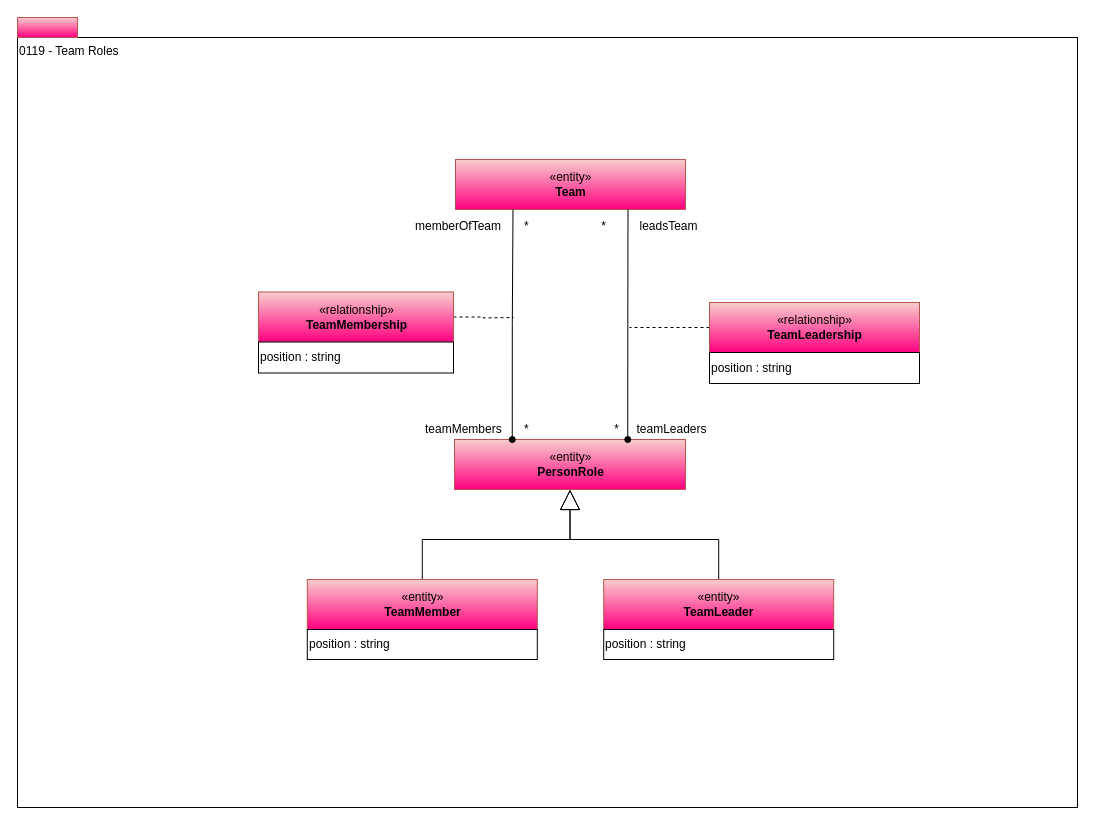
odpi/egeria-docs keeps this draw.io diagram as page "0119-Team-Roles" (8 of 16) of site/docs/types/1/area-1-collaboration.drawio. Above is the earlier version. Source tidied: cells renumbered, new cells numbered last; positions are measured from the earlier drawing's top-left corner, leaving out a move shared by most shapes. Both pictures are drawn from the tidied source at 100%, with x=0, y=0 at pixel (17, 17).
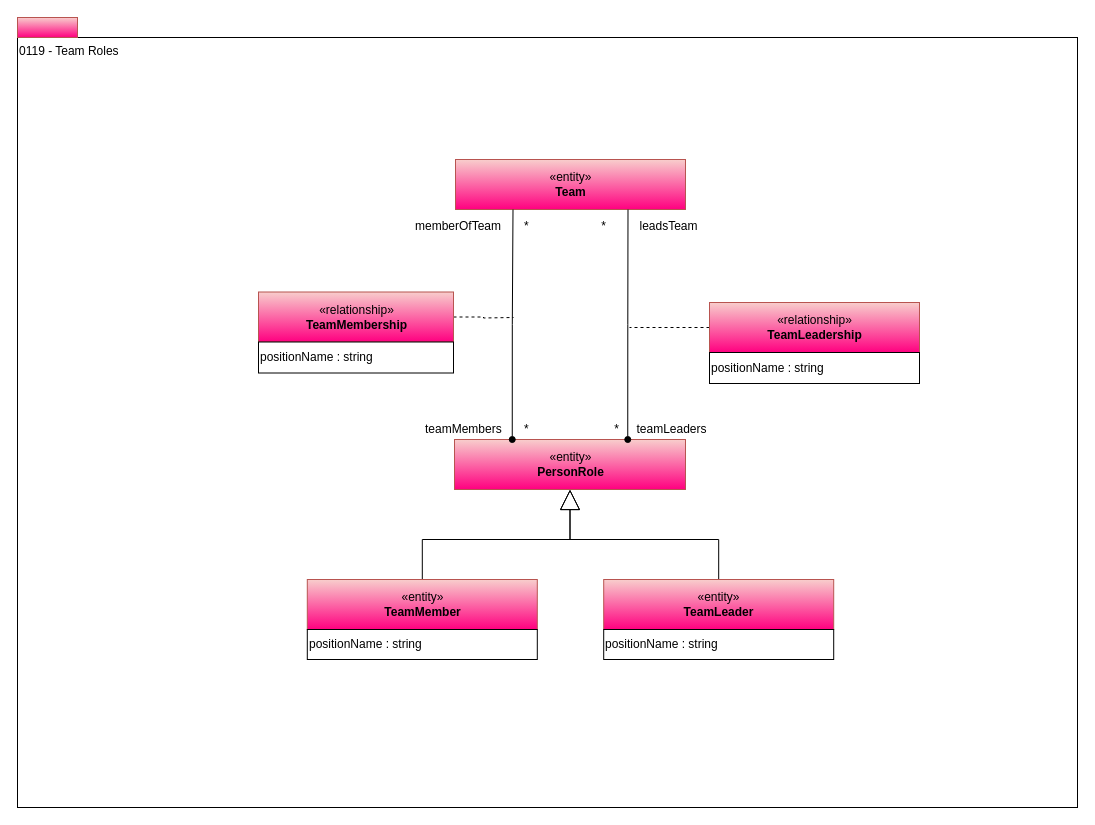
The same diagram, later.

What changed in the source:
```diff
@@
-    <mxCell id="7" value="position : string" style="rounded=0;whiteSpace=wrap;html=1;strokeColor=#000000;gradientColor=#ffffff;align=left;" parent="1" vertex="1">
+    <mxCell id="7" value="positionName : string" style="rounded=0;whiteSpace=wrap;html=1;strokeColor=#000000;gradientColor=#ffffff;align=left;" parent="1" vertex="1">
       <mxGeometry x="692" y="335" width="210" height="31" as="geometry" />
     </mxCell>
@@
-    <mxCell id="15" value="position : string" style="rounded=0;whiteSpace=wrap;html=1;strokeColor=#000000;gradientColor=#ffffff;align=left;" parent="1" vertex="1">
+    <mxCell id="15" value="positionName : string" style="rounded=0;whiteSpace=wrap;html=1;strokeColor=#000000;gradientColor=#ffffff;align=left;" parent="1" vertex="1">
       <mxGeometry x="241" y="324.5" width="195" height="31" as="geometry" />
     </mxCell>
@@
-    <mxCell id="22" value="position : string" style="rounded=0;whiteSpace=wrap;html=1;align=left;" parent="1" vertex="1">
+    <mxCell id="22" value="positionName : string" style="rounded=0;whiteSpace=wrap;html=1;align=left;" parent="1" vertex="1">
       <mxGeometry x="289.8" y="612" width="230" height="30" as="geometry" />
     </mxCell>
@@
-    <mxCell id="25" value="position : string" style="rounded=0;whiteSpace=wrap;html=1;align=left;" parent="1" vertex="1">
+    <mxCell id="25" value="positionName : string" style="rounded=0;whiteSpace=wrap;html=1;align=left;" parent="1" vertex="1">
       <mxGeometry x="586.2" y="612" width="230" height="30" as="geometry" />
     </mxCell>
```
